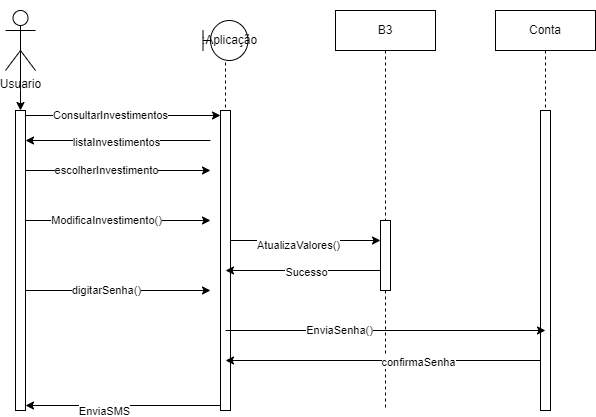
This is diagrama_sequencia_modificar.png from ThePlano/Projeto-CC5511---ENGENHARIA-DE-SOFTWARE, a draw.io export, as it was before one commit. Source tidied: cells renumbered, new cells last; positions are measured from the earlier drawing's top-left corner, leaving out a move shared by most shapes.
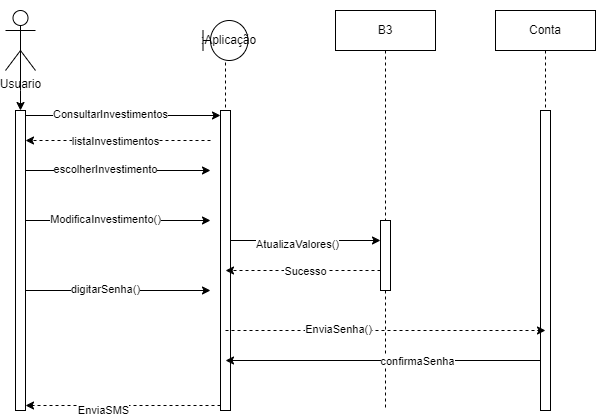
After the change.

The edit, as a diff of the source:
```diff
@@ -31,7 +31,7 @@
     <mxCell id="10" value="ConsultarInvestimentos" style="edgeLabel;html=1;align=center;verticalAlign=middle;" parent="9" vertex="1">
       <mxGeometry x="-0.14" y="1" relative="1" as="geometry" />
     </mxCell>
-    <mxCell id="11" style="edgeStyle=orthogonalEdgeStyle;rounded=0;orthogonalLoop=1;jettySize=auto;html=1;curved=0;exitX=0;exitY=1;exitDx=0;exitDy=-5;exitPerimeter=0;entryX=1;entryY=1;entryDx=0;entryDy=-5;entryPerimeter=0;" parent="1" edge="1">
+    <mxCell id="11" style="edgeStyle=orthogonalEdgeStyle;rounded=0;orthogonalLoop=1;jettySize=auto;html=1;curved=0;exitX=0;exitY=1;exitDx=0;exitDy=-5;exitPerimeter=0;entryX=1;entryY=1;entryDx=0;entryDy=-5;entryPerimeter=0;dashed=1;" parent="1" edge="1">
       <mxGeometry relative="1" as="geometry">
         <mxPoint x="205" y="140" as="sourcePoint" />
         <mxPoint x="20" y="140" as="targetPoint" />
@@ -89,7 +89,7 @@
     <mxCell id="23" value="digitarSenha()" style="edgeLabel;html=1;align=center;verticalAlign=middle;" parent="22" vertex="1">
       <mxGeometry x="-0.14" y="1" relative="1" as="geometry" />
     </mxCell>
-    <mxCell id="24" style="edgeStyle=orthogonalEdgeStyle;rounded=0;orthogonalLoop=1;jettySize=auto;html=1;curved=0;exitX=1;exitY=1;exitDx=0;exitDy=-5;exitPerimeter=0;" parent="1" edge="1">
+    <mxCell id="24" style="edgeStyle=orthogonalEdgeStyle;rounded=0;orthogonalLoop=1;jettySize=auto;html=1;curved=0;exitX=1;exitY=1;exitDx=0;exitDy=-5;exitPerimeter=0;dashed=1;" parent="1" edge="1">
       <mxGeometry relative="1" as="geometry">
         <mxPoint x="220" y="330" as="sourcePoint" />
         <mxPoint x="540" y="330" as="targetPoint" />
@@ -98,7 +98,7 @@
     <mxCell id="25" value="EnviaSenha()" style="edgeLabel;html=1;align=center;verticalAlign=middle;" parent="24" vertex="1">
       <mxGeometry x="-0.29" y="1" relative="1" as="geometry" />
     </mxCell>
-    <mxCell id="26" style="edgeStyle=orthogonalEdgeStyle;rounded=0;orthogonalLoop=1;jettySize=auto;html=1;curved=0;exitX=0;exitY=1;exitDx=0;exitDy=-5;exitPerimeter=0;" parent="1" edge="1">
+    <mxCell id="26" style="edgeStyle=orthogonalEdgeStyle;rounded=0;orthogonalLoop=1;jettySize=auto;html=1;curved=0;exitX=0;exitY=1;exitDx=0;exitDy=-5;exitPerimeter=0;dashed=1;" parent="1" edge="1">
       <mxGeometry relative="1" as="geometry">
         <mxPoint x="375" y="270" as="sourcePoint" />
         <mxPoint x="220" y="270" as="targetPoint" />
@@ -118,7 +118,7 @@
     <mxCell id="29" value="confirmaSenha" style="edgeLabel;html=1;align=center;verticalAlign=middle;" parent="28" vertex="1">
       <mxGeometry x="-0.22" y="1" relative="1" as="geometry" />
     </mxCell>
-    <mxCell id="30" style="edgeStyle=orthogonalEdgeStyle;rounded=0;jettySize=auto;html=1;curved=0;exitX=0;exitY=1;exitDx=0;exitDy=-5;exitPerimeter=0;entryX=1;entryY=1;entryDx=0;entryDy=-5;entryPerimeter=0;" parent="1" edge="1" source="5" target="8">
+    <mxCell id="30" style="edgeStyle=orthogonalEdgeStyle;rounded=0;jettySize=auto;html=1;curved=0;exitX=0;exitY=1;exitDx=0;exitDy=-5;exitPerimeter=0;entryX=1;entryY=1;entryDx=0;entryDy=-5;entryPerimeter=0;dashed=1;" parent="1" edge="1" source="5" target="8">
       <mxGeometry relative="1" as="geometry" />
     </mxCell>
     <mxCell id="31" value="EnviaSMS" style="edgeLabel;html=1;align=center;verticalAlign=middle;" parent="30" vertex="1">
```
